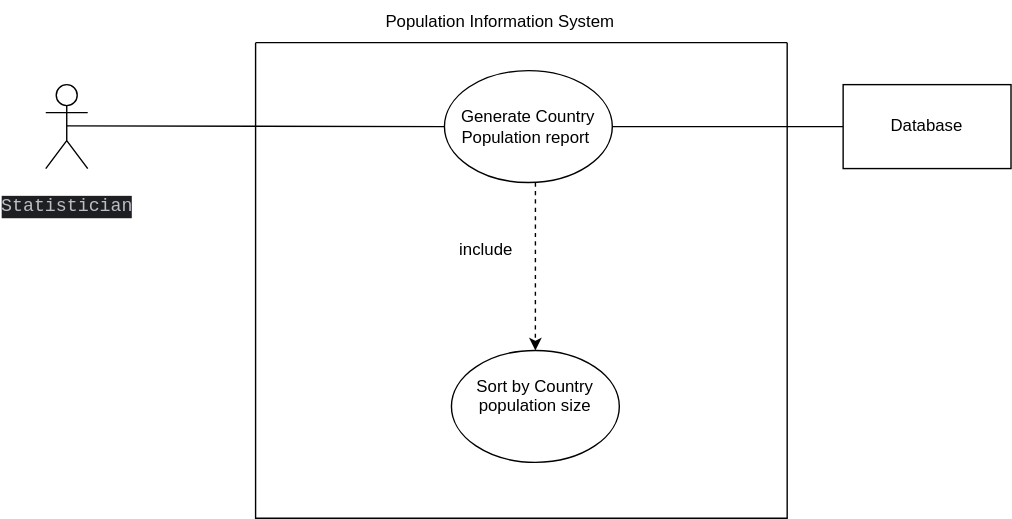
Earlier version of the draw.io export Use Cases/Diagrams/UC - Diagram 1.svg (TvonSween/sem-one). Source tidied: cells renumbered, new cells last; positions are measured from the earlier drawing's top-left corner, leaving out a move shared by most shapes. The source it was exported from:
```xml
<mxGraphModel>
  <root>
    <mxCell id="0" />
    <mxCell id="1" parent="0" />
    <mxCell id="2" value="&lt;div style=&quot;background-color:#1e1f22;color:#bcbec4&quot;&gt;&lt;pre style=&quot;font-family:'JetBrains Mono',monospace;font-size:9.8pt;&quot;&gt;Statistician&lt;/pre&gt;&lt;/div&gt;" style="shape=umlActor;verticalLabelPosition=bottom;verticalAlign=top;html=1;" parent="1" vertex="1">
      <mxGeometry y="60" width="30" height="60" as="geometry" />
    </mxCell>
    <mxCell id="3" style="swimlane;startSize=0;" parent="1" vertex="1">
      <mxGeometry x="150" y="30" width="380" height="340" as="geometry" />
    </mxCell>
    <mxCell id="4" value="&lt;p class=&quot;MsoNormal&quot;&gt;&lt;span lang=&quot;EN-GB&quot;&gt;Generate Country Population report&amp;nbsp;&lt;/span&gt;&lt;/p&gt;" style="ellipse;whiteSpace=wrap;html=1;" parent="3" vertex="1">
      <mxGeometry x="135" y="20" width="120" height="80" as="geometry" />
    </mxCell>
    <mxCell id="5" value="&lt;div&gt;&lt;br&gt;&lt;/div&gt;Sort by Country population size&lt;div&gt;&lt;br&gt;&lt;div&gt;&lt;br&gt;&lt;/div&gt;&lt;/div&gt;" style="ellipse;whiteSpace=wrap;html=1;" parent="3" vertex="1">
      <mxGeometry x="140" y="220" width="120" height="80" as="geometry" />
    </mxCell>
    <mxCell id="6" style="html=1;labelBackgroundColor=#ffffff;startArrow=none;startFill=0;startSize=6;endArrow=classic;endFill=1;endSize=6;jettySize=auto;strokeWidth=1;dashed=1;fontSize=14;rounded=0;entryX=0.5;entryY=0;entryDx=0;entryDy=0;exitX=0.542;exitY=1;exitDx=0;exitDy=0;exitPerimeter=0;" parent="3" edge="1" source="4" target="5">
      <mxGeometry relative="1" as="geometry" />
    </mxCell>
    <mxCell id="7" value="include&lt;div&gt;&lt;br&gt;&lt;/div&gt;" style="text;html=1;align=center;verticalAlign=middle;whiteSpace=wrap;rounded=0;" parent="3" vertex="1">
      <mxGeometry x="135" y="140" width="60" height="30" as="geometry" />
    </mxCell>
    <mxCell id="8" style="endArrow=none;html=1;rounded=0;exitX=1;exitY=0.5;exitDx=0;exitDy=0;" parent="3" edge="1" source="4">
      <mxGeometry relative="1" as="geometry">
        <mxPoint x="430" y="60" as="targetPoint" />
      </mxGeometry>
    </mxCell>
    <mxCell id="9" value="Database" style="rounded=0;whiteSpace=wrap;html=1;" parent="1" vertex="1">
      <mxGeometry x="570" y="60" width="120" height="60" as="geometry" />
    </mxCell>
    <mxCell id="10" value="Population Information System" style="text;html=1;align=center;verticalAlign=middle;whiteSpace=wrap;rounded=0;" parent="1" vertex="1">
      <mxGeometry x="190" width="270" height="30" as="geometry" />
    </mxCell>
    <mxCell id="11" style="endArrow=none;html=1;rounded=0;exitX=1;exitY=0.5;exitDx=0;exitDy=0;entryX=0;entryY=0.5;entryDx=0;entryDy=0;" parent="1" edge="1" target="4">
      <mxGeometry relative="1" as="geometry">
        <mxPoint x="15" y="89.5" as="sourcePoint" />
      </mxGeometry>
    </mxCell>
  </root>
</mxGraphModel>
```
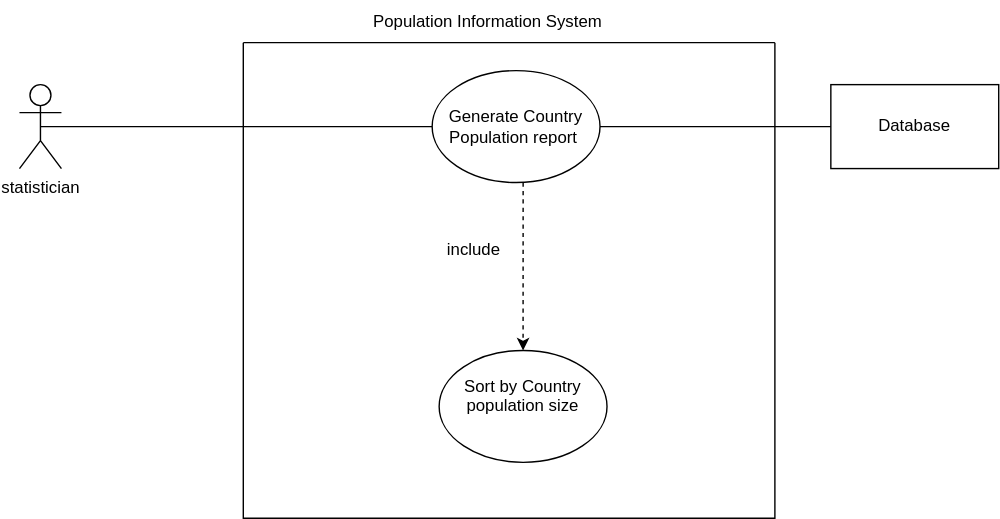
Above is the later version.

What changed in the source:
```diff
@@ -2,9 +2,6 @@
   <root>
     <mxCell id="0" />
     <mxCell id="1" parent="0" />
-    <mxCell id="2" value="&lt;div style=&quot;background-color:#1e1f22;color:#bcbec4&quot;&gt;&lt;pre style=&quot;font-family:'JetBrains Mono',monospace;font-size:9.8pt;&quot;&gt;Statistician&lt;/pre&gt;&lt;/div&gt;" style="shape=umlActor;verticalLabelPosition=bottom;verticalAlign=top;html=1;" parent="1" vertex="1">
-      <mxGeometry y="60" width="30" height="60" as="geometry" />
-    </mxCell>
     <mxCell id="3" style="swimlane;startSize=0;" parent="1" vertex="1">
       <mxGeometry x="150" y="30" width="380" height="340" as="geometry" />
     </mxCell>
@@ -31,10 +28,11 @@
     <mxCell id="10" value="Population Information System" style="text;html=1;align=center;verticalAlign=middle;whiteSpace=wrap;rounded=0;" parent="1" vertex="1">
       <mxGeometry x="190" width="270" height="30" as="geometry" />
     </mxCell>
-    <mxCell id="11" style="endArrow=none;html=1;rounded=0;exitX=1;exitY=0.5;exitDx=0;exitDy=0;entryX=0;entryY=0.5;entryDx=0;entryDy=0;" parent="1" edge="1" target="4">
-      <mxGeometry relative="1" as="geometry">
-        <mxPoint x="15" y="89.5" as="sourcePoint" />
-      </mxGeometry>
+    <mxCell id="11" style="endArrow=none;html=1;rounded=0;exitX=0.5;exitY=0.5;exitDx=0;exitDy=0;entryX=0;entryY=0.5;entryDx=0;entryDy=0;exitPerimeter=0;" parent="1" edge="1" source="12" target="4">
+      <mxGeometry relative="1" as="geometry" />
     </mxCell>
+    <mxCell id="12" value="statistician" style="shape=umlActor;verticalLabelPosition=bottom;verticalAlign=top;html=1;outlineConnect=0;" parent="1" vertex="1">
+      <mxGeometry x="-10" y="60" width="30" height="60" as="geometry" />
+    </mxCell>
   </root>
 </mxGraphModel>
```
